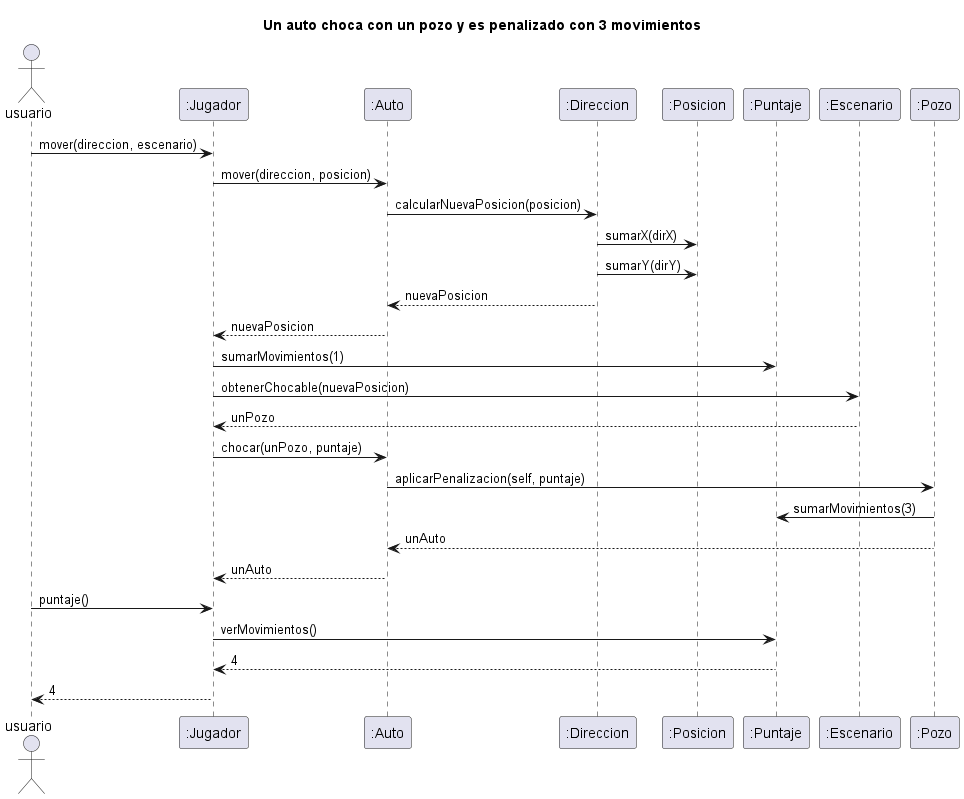
Before: diagrams/sequences/auto_choca_pozo.png, a diagram exported from PlantUML (NestorPala/T17-GPSChallenge). Its source is kept beside it as diagrams/sequences/auto_choca_pozo.puml.
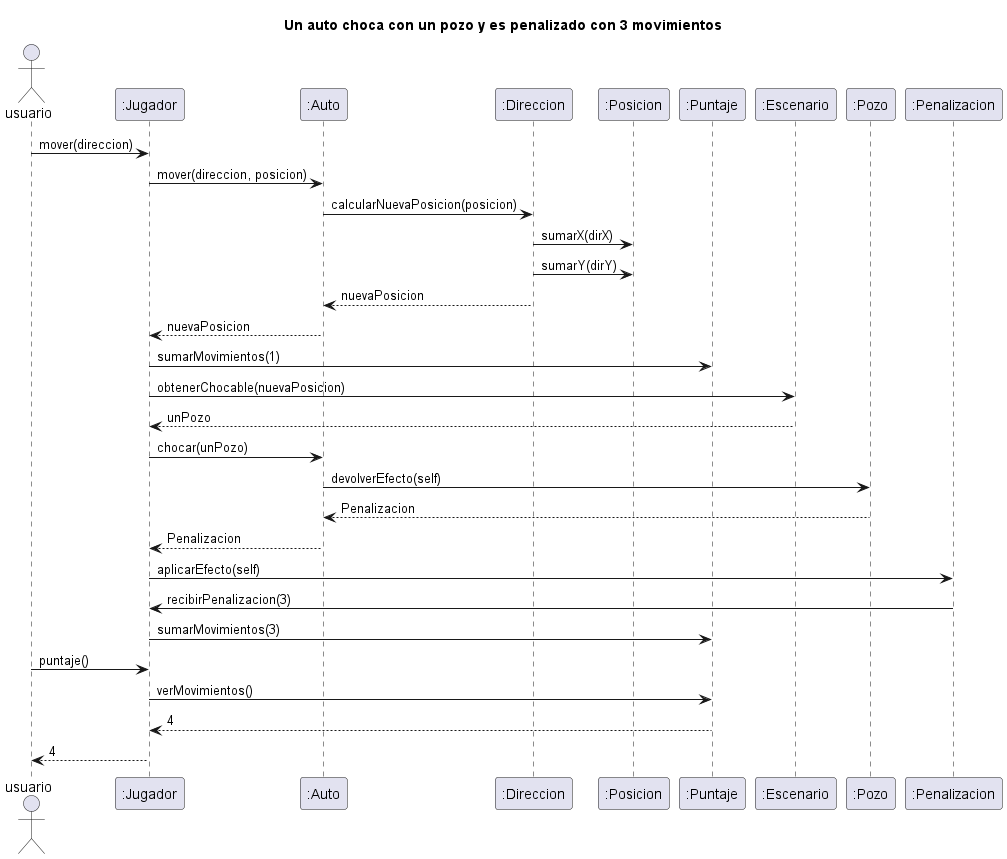
The same file after the commit.

The edit, as a diff of the source:
```diff
@@ -2,7 +2,7 @@
 title Un auto choca con un pozo y es penalizado con 3 movimientos
 Actor usuario
 
-"usuario" -> ":Jugador": mover(direccion, escenario)
+"usuario" -> ":Jugador": mover(direccion)
 ":Jugador" -> ":Auto": mover(direccion, posicion)
 ":Auto" -> ":Direccion": calcularNuevaPosicion(posicion)
 ":Direccion" -> ":Posicion": sumarX(dirX)
@@ -12,11 +12,13 @@
 ":Jugador" -> ":Puntaje": sumarMovimientos(1)
 ":Jugador" -> ":Escenario": obtenerChocable(nuevaPosicion)
 ":Escenario" --> ":Jugador": unPozo
-":Jugador" -> ":Auto": chocar(unPozo, puntaje)
-":Auto" -> ":Pozo": aplicarPenalizacion(self, puntaje)
-":Pozo" -> ":Puntaje" : sumarMovimientos(3)
-":Pozo" --> ":Auto" : unAuto
-":Auto" --> ":Jugador" : unAuto
+":Jugador" -> ":Auto": chocar(unPozo)
+":Auto" -> ":Pozo": devolverEfecto(self)
+":Pozo" --> ":Auto" : Penalizacion
+":Auto" --> ":Jugador" : Penalizacion
+":Jugador" -> ":Penalizacion" : aplicarEfecto(self)
+":Penalizacion" -> ":Jugador" : recibirPenalizacion(3)
+":Jugador" -> ":Puntaje" : sumarMovimientos(3)
 
 "usuario" -> ":Jugador": puntaje()
 ":Jugador" -> ":Puntaje": verMovimientos()
```
